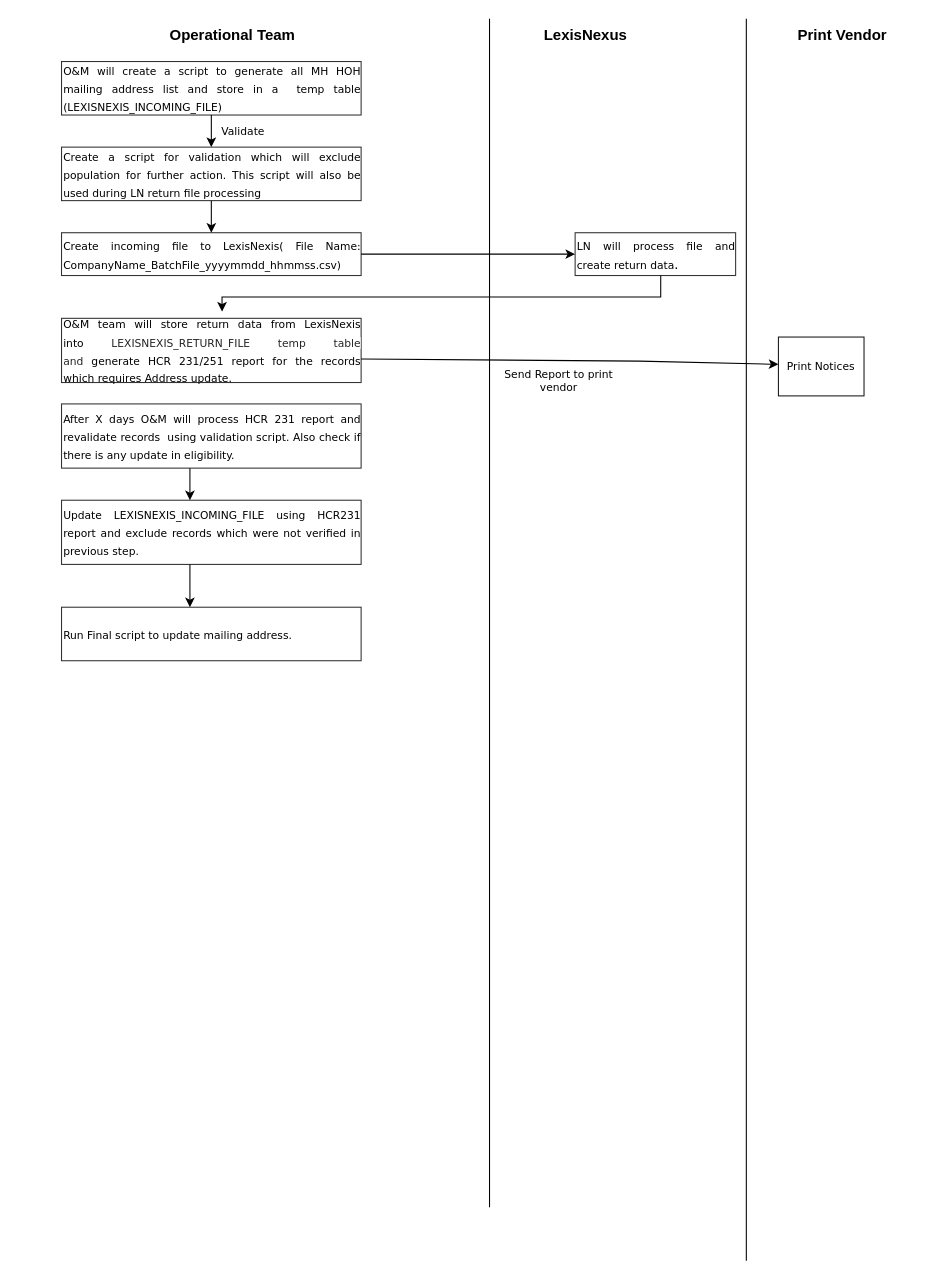
Above: Untitled Diagram.drawio in prahlad2018/microservice (draw.io), before the change. Source tidied: cells renumbered, new cells numbered last; positions are measured from the earlier drawing's top-left corner, leaving out a move shared by most shapes. Both pictures are drawn from the tidied source at 107%, with x=0, y=0 at pixel (61, 18).
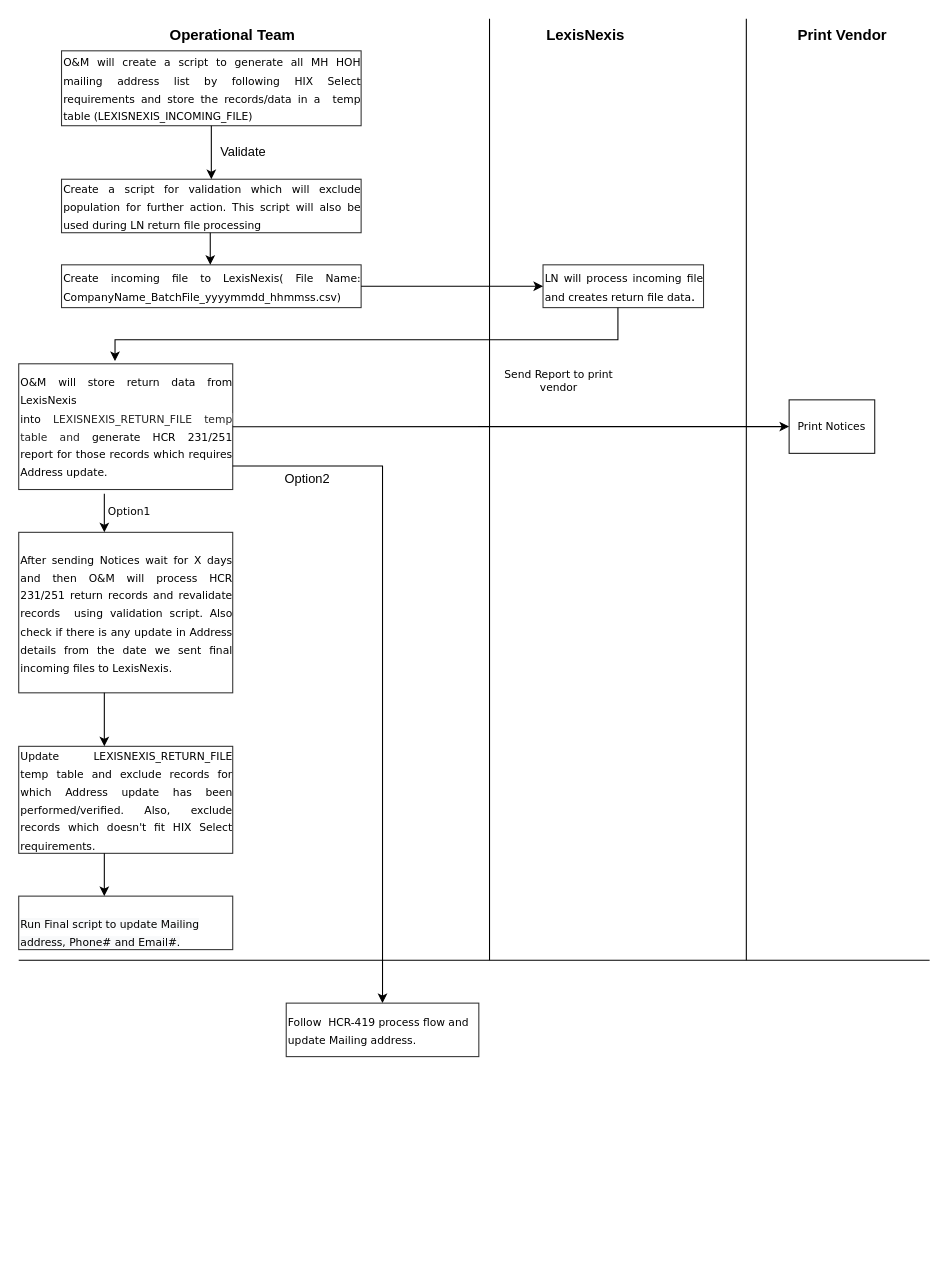
After the change.

Diff of the diagram source:
```diff
@@
     <mxCell id="2" style="endArrow=none;html=1;rounded=0;" parent="1" edge="1">
       <mxGeometry relative="1" as="geometry">
-        <mxPoint x="400" y="1110.8" as="sourcePoint" />
+        <mxPoint x="400" y="880" as="sourcePoint" />
         <mxPoint x="400" as="targetPoint" />
       </mxGeometry>
     </mxCell>
     <mxCell id="3" style="endArrow=none;html=1;rounded=0;" parent="1" edge="1">
       <mxGeometry relative="1" as="geometry">
-        <mxPoint x="640" y="1160.8" as="sourcePoint" />
+        <mxPoint x="640" y="880" as="sourcePoint" />
         <mxPoint x="640" as="targetPoint" />
       </mxGeometry>
     </mxCell>
@@
-    <mxCell id="5" value="&lt;b&gt;&lt;font style=&quot;font-size: 14px;&quot;&gt;LexisNexus&lt;/font&gt;&lt;/b&gt;" style="text;html=1;strokeColor=none;fillColor=none;align=center;verticalAlign=middle;whiteSpace=wrap;rounded=0;" parent="1" vertex="1">
+    <mxCell id="5" value="&lt;b&gt;&lt;font style=&quot;font-size: 14px;&quot;&gt;LexisNexis&lt;/font&gt;&lt;/b&gt;" style="text;html=1;strokeColor=none;fillColor=none;align=center;verticalAlign=middle;whiteSpace=wrap;rounded=0;" parent="1" vertex="1">
       <mxGeometry x="430" width="120" height="30" as="geometry" />
     </mxCell>
@@
-    <mxCell id="7" value="&lt;p class=&quot;MsoNormal&quot;&gt;&lt;/p&gt;&lt;div style=&quot;text-align: justify;&quot;&gt;&lt;font face=&quot;Verdana&quot;&gt;&lt;span style=&quot;font-size: 10px; background-color: initial;&quot;&gt;O&amp;amp;M will create a script to generate all MH HOH mailing&amp;nbsp;&lt;/span&gt;&lt;span style=&quot;font-size: 10px; background-color: initial;&quot;&gt;address list and store in a&amp;nbsp; temp table (&lt;/span&gt;&lt;span style=&quot;font-size: 10px; background-color: initial;&quot;&gt;LEXISNEXIS_INCOMING_FILE&lt;/span&gt;&lt;span style=&quot;font-size: 10px; background-color: initial;&quot;&gt;)&lt;/span&gt;&lt;/font&gt;&lt;/div&gt;&lt;p&gt;&lt;/p&gt;" style="text;html=1;strokeColor=#333333;fillColor=none;align=left;verticalAlign=middle;whiteSpace=wrap;rounded=0;fontSize=14;" parent="1" vertex="1">
-      <mxGeometry y="40" width="280" height="50" as="geometry" />
+    <mxCell id="7" value="&lt;p class=&quot;MsoNormal&quot;&gt;&lt;/p&gt;&lt;div style=&quot;text-align: justify;&quot;&gt;&lt;font face=&quot;Verdana&quot;&gt;&lt;span style=&quot;font-size: 10px; background-color: initial;&quot;&gt;O&amp;amp;M will create a script to generate all MH HOH mailing&amp;nbsp;&lt;/span&gt;&lt;span style=&quot;font-size: 10px; background-color: initial;&quot;&gt;address list by following HIX Select requirements and store the records/data in a&amp;nbsp; temp table (&lt;/span&gt;&lt;span style=&quot;font-size: 10px; background-color: initial;&quot;&gt;LEXISNEXIS_INCOMING_FILE&lt;/span&gt;&lt;span style=&quot;font-size: 10px; background-color: initial;&quot;&gt;)&lt;/span&gt;&lt;/font&gt;&lt;/div&gt;&lt;p&gt;&lt;/p&gt;" style="text;html=1;strokeColor=#333333;fillColor=none;align=left;verticalAlign=middle;whiteSpace=wrap;rounded=0;fontSize=14;" parent="1" vertex="1">
+      <mxGeometry y="30" width="280" height="70" as="geometry" />
     </mxCell>
     <mxCell id="8" value="&lt;p class=&quot;MsoNormal&quot;&gt;&lt;/p&gt;&lt;div style=&quot;text-align: justify;&quot;&gt;&lt;p class=&quot;MsoNormal&quot;&gt;&lt;font style=&quot;font-size: 10px;&quot; face=&quot;Verdana&quot;&gt;Create a script for validation which will exclude population for further action. This script will also be used during LN return file processing&lt;/font&gt;&lt;/p&gt;&lt;/div&gt;&lt;p&gt;&lt;/p&gt;" style="text;html=1;strokeColor=#333333;fillColor=none;align=left;verticalAlign=middle;whiteSpace=wrap;rounded=0;fontSize=14;" parent="1" vertex="1">
-      <mxGeometry y="120" width="280" height="50" as="geometry" />
+      <mxGeometry y="150" width="280" height="50" as="geometry" />
     </mxCell>
     <mxCell id="9" style="endArrow=classic;html=1;rounded=0;fontFamily=Verdana;fontSize=10;" parent="1" edge="1" source="7" target="8">
       <mxGeometry relative="1" as="geometry">
         <Array as="points">
           <mxPoint x="140" y="100" />
+          <mxPoint x="140" y="130" />
         </Array>
       </mxGeometry>
     </mxCell>
-    <mxCell id="10" value="Validate" style="text;html=1;strokeColor=none;fillColor=none;align=center;verticalAlign=middle;whiteSpace=wrap;rounded=0;fontFamily=Verdana;fontSize=10;" parent="1" vertex="1">
-      <mxGeometry x="140" y="100" width="60" height="10" as="geometry" />
-    </mxCell>
     <mxCell id="11" value="&lt;p class=&quot;MsoNormal&quot;&gt;&lt;/p&gt;&lt;div style=&quot;text-align: justify;&quot;&gt;&lt;p class=&quot;MsoNormal&quot;&gt;&lt;font style=&quot;font-size: 10px;&quot; face=&quot;Verdana&quot;&gt;Create incoming file to LexisNexis( File Name: CompanyName_BatchFile_yyyymmdd_hhmmss.csv)&lt;/font&gt;&lt;/p&gt;&lt;/div&gt;&lt;p&gt;&lt;/p&gt;" style="text;html=1;strokeColor=#333333;fillColor=none;align=left;verticalAlign=middle;whiteSpace=wrap;rounded=0;fontSize=14;" parent="1" vertex="1">
-      <mxGeometry y="200" width="280" height="40" as="geometry" />
+      <mxGeometry y="230" width="280" height="40" as="geometry" />
     </mxCell>
     <mxCell id="12" style="endArrow=classic;html=1;rounded=0;fontFamily=Verdana;fontSize=10;" parent="1" edge="1">
       <mxGeometry relative="1" as="geometry">
-        <mxPoint x="140" y="170" as="sourcePoint" />
-        <mxPoint x="140" y="200" as="targetPoint" />
+        <mxPoint x="139" y="200" as="sourcePoint" />
+        <mxPoint x="139" y="230" as="targetPoint" />
         <Array as="points">
-          <mxPoint x="140" y="180" />
+          <mxPoint x="139" y="210" />
         </Array>
       </mxGeometry>
     </mxCell>
-    <mxCell id="13" value="&lt;p class=&quot;MsoNormal&quot;&gt;&lt;/p&gt;&lt;div style=&quot;text-align: justify;&quot;&gt;&lt;p class=&quot;MsoNormal&quot;&gt;&lt;font style=&quot;font-size: 10px;&quot; face=&quot;Verdana&quot;&gt;LN will process file and create return data&lt;/font&gt;.&lt;/p&gt;&lt;/div&gt;&lt;p&gt;&lt;/p&gt;" style="text;html=1;strokeColor=#333333;fillColor=none;align=left;verticalAlign=middle;whiteSpace=wrap;rounded=0;fontSize=14;" parent="1" vertex="1">
-      <mxGeometry x="480" y="200" width="150" height="40" as="geometry" />
+    <mxCell id="13" value="&lt;p class=&quot;MsoNormal&quot;&gt;&lt;/p&gt;&lt;div style=&quot;text-align: justify;&quot;&gt;&lt;p class=&quot;MsoNormal&quot;&gt;&lt;font style=&quot;font-size: 10px;&quot; face=&quot;Verdana&quot;&gt;LN will process incoming file and creates return file data&lt;/font&gt;.&lt;/p&gt;&lt;/div&gt;&lt;p&gt;&lt;/p&gt;" style="text;html=1;strokeColor=#333333;fillColor=none;align=left;verticalAlign=middle;whiteSpace=wrap;rounded=0;fontSize=14;" parent="1" vertex="1">
+      <mxGeometry x="450" y="230" width="150" height="40" as="geometry" />
     </mxCell>
@@
-    <mxCell id="15" value="&lt;p class=&quot;MsoNormal&quot;&gt;&lt;/p&gt;&lt;div style=&quot;text-align: justify;&quot;&gt;&lt;p class=&quot;MsoNormal&quot;&gt;&lt;font style=&quot;font-size: 10px;&quot; face=&quot;Verdana&quot;&gt;&lt;font style=&quot;&quot;&gt;O&amp;amp;M team will store return data from LexisNexis into&amp;nbsp;&lt;/font&gt;&lt;span style=&quot;background-color: rgb(255, 255, 255); color: rgb(36, 36, 36); text-align: start;&quot;&gt;LEXISNEXIS_RETURN_FILE temp table and&amp;nbsp;&lt;/span&gt;&lt;span style=&quot;background-color: initial;&quot;&gt;generate HCR 231/251 report for the records which requires Address update.&lt;/span&gt;&lt;/font&gt;&lt;/p&gt;&lt;/div&gt;&lt;p&gt;&lt;/p&gt;" style="text;html=1;strokeColor=#333333;fillColor=none;align=left;verticalAlign=middle;whiteSpace=wrap;rounded=0;fontSize=14;" parent="1" vertex="1">
-      <mxGeometry y="280" width="280" height="60" as="geometry" />
+    <mxCell id="15" value="&lt;p class=&quot;MsoNormal&quot;&gt;&lt;/p&gt;&lt;div style=&quot;text-align: justify;&quot;&gt;&lt;p class=&quot;MsoNormal&quot;&gt;&lt;font style=&quot;font-size: 10px;&quot; face=&quot;Verdana&quot;&gt;&lt;font style=&quot;&quot;&gt;O&amp;amp;M will store return data from LexisNexis into&amp;nbsp;&lt;/font&gt;&lt;span style=&quot;background-color: rgb(255, 255, 255); color: rgb(36, 36, 36); text-align: start;&quot;&gt;LEXISNEXIS_RETURN_FILE temp table and&amp;nbsp;&lt;/span&gt;&lt;span style=&quot;background-color: initial;&quot;&gt;generate HCR 231/251 report for those records which requires Address update.&lt;/span&gt;&lt;/font&gt;&lt;/p&gt;&lt;/div&gt;&lt;p&gt;&lt;/p&gt;" style="text;html=1;strokeColor=#333333;fillColor=none;align=left;verticalAlign=middle;whiteSpace=wrap;rounded=0;fontSize=14;" parent="1" vertex="1">
+      <mxGeometry x="-40" y="322.5" width="200" height="117.5" as="geometry" />
     </mxCell>
-    <mxCell id="16" style="endArrow=classic;html=1;rounded=0;fontFamily=Verdana;fontSize=10;" parent="1" edge="1">
-      <mxGeometry relative="1" as="geometry">
-        <mxPoint x="280" y="318" as="sourcePoint" />
-        <mxPoint x="670" y="323" as="targetPoint" />
-        <Array as="points">
-          <mxPoint x="540" y="320" />
-        </Array>
-      </mxGeometry>
-    </mxCell>
     <mxCell id="17" value="Print Notices" style="text;html=1;strokeColor=#1A1A1A;fillColor=none;align=center;verticalAlign=middle;whiteSpace=wrap;rounded=0;fontFamily=Verdana;fontSize=10;" parent="1" vertex="1">
-      <mxGeometry x="670" y="297.5" width="80" height="55" as="geometry" />
+      <mxGeometry x="680" y="356.2" width="80" height="50" as="geometry" />
     </mxCell>
-    <mxCell id="18" style="endArrow=classic;html=1;rounded=0;fontFamily=Verdana;fontSize=10;entryX=0.536;entryY=-0.105;entryDx=0;entryDy=0;entryPerimeter=0;" parent="1" edge="1" target="15">
+    <mxCell id="18" style="endArrow=classic;html=1;rounded=0;fontFamily=Verdana;fontSize=10;" parent="1" edge="1">
       <mxGeometry relative="1" as="geometry">
-        <mxPoint x="560" y="240" as="sourcePoint" />
+        <mxPoint x="520" y="270" as="sourcePoint" />
+        <mxPoint x="50" y="320" as="targetPoint" />
         <Array as="points">
-          <mxPoint x="560" y="260" />
-          <mxPoint x="270" y="260" />
-          <mxPoint x="150" y="260" />
+          <mxPoint x="520" y="300" />
+          <mxPoint x="320" y="300" />
+          <mxPoint x="220" y="300" />
+          <mxPoint x="140" y="300" />
+          <mxPoint x="50" y="300" />
         </Array>
       </mxGeometry>
     </mxCell>
-    <mxCell id="19" value="&lt;p class=&quot;MsoNormal&quot;&gt;&lt;/p&gt;&lt;div style=&quot;text-align: justify;&quot;&gt;&lt;p class=&quot;MsoNormal&quot;&gt;&lt;font face=&quot;Verdana&quot; style=&quot;&quot;&gt;&lt;span style=&quot;font-size: 10px;&quot;&gt;After X days O&amp;amp;M will process HCR 231 report and revalidate records&amp;nbsp; using validation script. Also check if there is any update in eligibility.&lt;/span&gt;&lt;/font&gt;&lt;/p&gt;&lt;/div&gt;&lt;p&gt;&lt;/p&gt;" style="text;html=1;strokeColor=#333333;fillColor=none;align=left;verticalAlign=middle;whiteSpace=wrap;rounded=0;fontSize=14;" parent="1" vertex="1">
-      <mxGeometry y="360" width="280" height="60" as="geometry" />
+    <mxCell id="19" value="&lt;p class=&quot;MsoNormal&quot;&gt;&lt;/p&gt;&lt;div style=&quot;text-align: justify;&quot;&gt;&lt;p class=&quot;MsoNormal&quot;&gt;&lt;font face=&quot;Verdana&quot; style=&quot;&quot;&gt;&lt;span style=&quot;font-size: 10px;&quot;&gt;After sending Notices wait for X days and then O&amp;amp;M will process HCR 231/251 return records and revalidate records&amp;nbsp; using validation script. Also check if there is any update in Address details from the date we sent final incoming files to LexisNexis.&lt;/span&gt;&lt;/font&gt;&lt;/p&gt;&lt;/div&gt;&lt;p&gt;&lt;/p&gt;" style="text;html=1;strokeColor=#333333;fillColor=none;align=left;verticalAlign=middle;whiteSpace=wrap;rounded=0;fontSize=14;" parent="1" vertex="1">
+      <mxGeometry x="-40" y="480" width="200" height="150" as="geometry" />
     </mxCell>
-    <mxCell id="20" value="&lt;p class=&quot;MsoNormal&quot;&gt;&lt;/p&gt;&lt;div style=&quot;text-align: justify;&quot;&gt;&lt;p class=&quot;MsoNormal&quot;&gt;&lt;font style=&quot;font-size: 10px;&quot; face=&quot;Verdana&quot;&gt;Update&amp;nbsp;&lt;span style=&quot;background-color: initial;&quot;&gt;LEXISNEXIS_INCOMING_FILE using HCR231 report and exclude records which were not verified in previous step.&lt;/span&gt;&lt;/font&gt;&lt;/p&gt;&lt;/div&gt;&lt;p&gt;&lt;/p&gt;" style="text;html=1;strokeColor=#333333;fillColor=none;align=left;verticalAlign=middle;whiteSpace=wrap;rounded=0;fontSize=14;" parent="1" vertex="1">
-      <mxGeometry y="450" width="280" height="60" as="geometry" />
+    <mxCell id="20" value="&lt;p class=&quot;MsoNormal&quot;&gt;&lt;/p&gt;&lt;div style=&quot;text-align: justify;&quot;&gt;&lt;p class=&quot;MsoNormal&quot;&gt;&lt;font style=&quot;font-size: 10px;&quot; face=&quot;Verdana&quot;&gt;Update&amp;nbsp;&lt;span style=&quot;background-color: initial;&quot;&gt;LEXISNEXIS_RETURN_FILE temp table and exclude records for which Address update has been performed/verified. Also, exclude records which doesn't fit HIX Select requirements.&lt;/span&gt;&lt;/font&gt;&lt;/p&gt;&lt;/div&gt;&lt;p&gt;&lt;/p&gt;" style="text;html=1;strokeColor=#333333;fillColor=none;align=left;verticalAlign=middle;whiteSpace=wrap;rounded=0;fontSize=14;" parent="1" vertex="1">
+      <mxGeometry x="-40" y="680" width="200" height="100" as="geometry" />
     </mxCell>
@@
-    <mxCell id="22" value="&lt;p class=&quot;MsoNormal&quot;&gt;&lt;/p&gt;&lt;div style=&quot;text-align: justify;&quot;&gt;&lt;p class=&quot;MsoNormal&quot;&gt;&lt;font face=&quot;Verdana&quot;&gt;&lt;span style=&quot;font-size: 10px;&quot;&gt;Run Final script to update mailing address.&lt;/span&gt;&lt;/font&gt;&lt;/p&gt;&lt;/div&gt;&lt;p&gt;&lt;/p&gt;" style="text;html=1;strokeColor=#333333;fillColor=none;align=left;verticalAlign=middle;whiteSpace=wrap;rounded=0;fontSize=14;" parent="1" vertex="1">
-      <mxGeometry y="550" width="280" height="50" as="geometry" />
+    <mxCell id="22" value="&lt;br&gt;&lt;span style=&quot;color: rgb(0, 0, 0); font-family: Verdana; font-size: 10px; font-style: normal; font-variant-ligatures: normal; font-variant-caps: normal; font-weight: 400; letter-spacing: normal; orphans: 2; text-align: justify; text-indent: 0px; text-transform: none; widows: 2; word-spacing: 0px; -webkit-text-stroke-width: 0px; background-color: rgb(248, 249, 250); text-decoration-thickness: initial; text-decoration-style: initial; text-decoration-color: initial; float: none; display: inline !important;&quot;&gt;Run Final script to update Mailing address, Phone# and Email#.&lt;/span&gt;&lt;br&gt;" style="text;html=1;strokeColor=#333333;fillColor=none;align=left;verticalAlign=middle;whiteSpace=wrap;rounded=0;fontSize=14;" parent="1" vertex="1">
+      <mxGeometry x="-40" y="820" width="200" height="50" as="geometry" />
     </mxCell>
-    <mxCell id="23" style="endArrow=classic;html=1;rounded=0;fontFamily=Verdana;fontSize=10;" parent="1" edge="1">
+    <mxCell id="23" style="endArrow=classic;html=1;rounded=0;fontFamily=Verdana;fontSize=10;exitX=0.4;exitY=1.034;exitDx=0;exitDy=0;exitPerimeter=0;" parent="1" edge="1" source="15">
       <mxGeometry relative="1" as="geometry">
-        <mxPoint x="120" y="420" as="sourcePoint" />
-        <mxPoint x="120" y="450" as="targetPoint" />
+        <mxPoint x="40" y="480" as="targetPoint" />
       </mxGeometry>
     </mxCell>
-    <mxCell id="24" style="endArrow=classic;html=1;rounded=0;fontFamily=Verdana;fontSize=10;" parent="1" edge="1">
-      <mxGeometry relative="1" as="geometry">
-        <mxPoint x="120" y="510" as="sourcePoint" />
-        <mxPoint x="120" y="550" as="targetPoint" />
-      </mxGeometry>
-    </mxCell>
+    <mxCell id="10" value="Validate" style="text;html=1;strokeColor=none;fillColor=none;align=center;verticalAlign=middle;whiteSpace=wrap;rounded=0;" parent="1" vertex="1">
+      <mxGeometry x="140" y="110" width="60" height="30" as="geometry" />
+    </mxCell>
+    <mxCell id="25" style="endArrow=classic;html=1;rounded=0;exitX=1;exitY=0.5;exitDx=0;exitDy=0;entryX=0;entryY=0.5;entryDx=0;entryDy=0;" parent="1" edge="1" source="15" target="17">
+      <mxGeometry relative="1" as="geometry" />
+    </mxCell>
+    <mxCell id="26" style="endArrow=classic;html=1;rounded=0;" parent="1" edge="1">
+      <mxGeometry relative="1" as="geometry">
+        <mxPoint x="40" y="630" as="sourcePoint" />
+        <mxPoint x="40" y="680" as="targetPoint" />
+      </mxGeometry>
+    </mxCell>
+    <mxCell id="27" style="endArrow=classic;html=1;rounded=0;exitX=0.4;exitY=1;exitDx=0;exitDy=0;exitPerimeter=0;" parent="1" edge="1" source="20">
+      <mxGeometry relative="1" as="geometry">
+        <mxPoint x="40" y="820" as="targetPoint" />
+      </mxGeometry>
+    </mxCell>
+    <mxCell id="28" value="&lt;span style=&quot;font-family: Verdana; font-size: 10px; text-align: justify;&quot;&gt;&amp;nbsp; Option1&lt;/span&gt;" style="text;html=1;align=center;verticalAlign=middle;strokeColor=none;fillColor=none;" parent="1" vertex="1">
+      <mxGeometry x="25" y="445" width="70" height="30" as="geometry" />
+    </mxCell>
+    <mxCell id="29" style="endArrow=classic;html=1;rounded=0;exitX=1;exitY=0.813;exitDx=0;exitDy=0;exitPerimeter=0;entryX=0.5;entryY=0;entryDx=0;entryDy=0;" parent="1" edge="1" source="15" target="31">
+      <mxGeometry relative="1" as="geometry">
+        <Array as="points">
+          <mxPoint x="300" y="418" />
+        </Array>
+      </mxGeometry>
+    </mxCell>
+    <mxCell id="30" value="Option2" style="text;html=1;strokeColor=none;fillColor=none;align=center;verticalAlign=middle;whiteSpace=wrap;rounded=0;" parent="1" vertex="1">
+      <mxGeometry x="200" y="415" width="60" height="30" as="geometry" />
+    </mxCell>
+    <mxCell id="31" value="&lt;span style=&quot;font-family: Verdana; font-size: 10px; text-align: justify;&quot;&gt;Follow&amp;nbsp; HCR-419 process flow and update Mailing address.&lt;/span&gt;" style="text;html=1;strokeColor=#333333;fillColor=none;align=left;verticalAlign=middle;whiteSpace=wrap;rounded=0;fontSize=14;" parent="1" vertex="1">
+      <mxGeometry x="210" y="920" width="180" height="50" as="geometry" />
+    </mxCell>
+    <mxCell id="32" style="endArrow=none;html=1;rounded=0;" parent="1" edge="1">
+      <mxGeometry relative="1" as="geometry">
+        <mxPoint x="-40" y="880" as="sourcePoint" />
+        <mxPoint x="811.3" y="880" as="targetPoint" />
+      </mxGeometry>
+    </mxCell>
```
